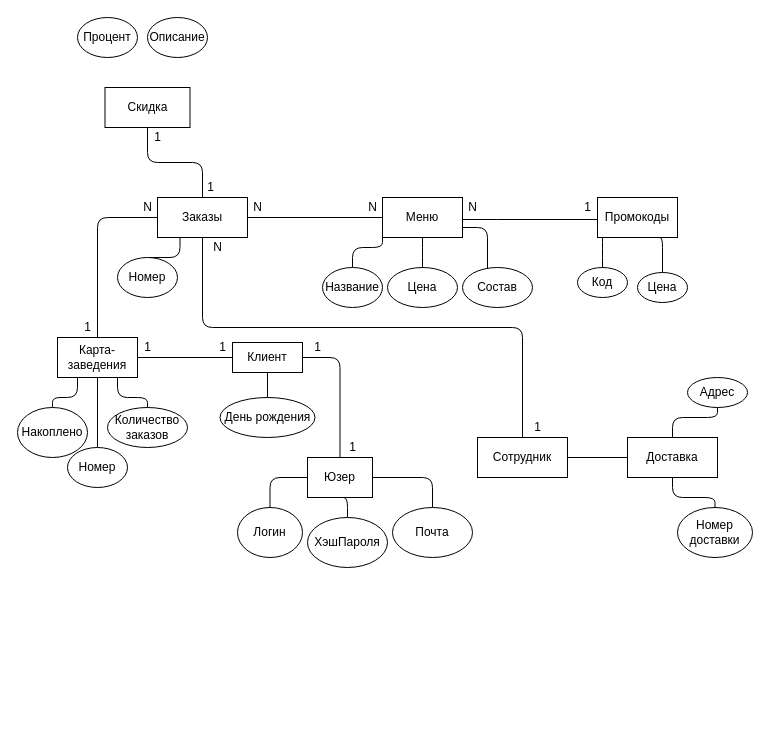
The draw.io diagram logical.drawio in the-shichko/drawio, before the edit. Source tidied: cells renumbered, new cells numbered last; positions are measured from the earlier drawing's top-left corner, leaving out a move shared by most shapes. Both pictures are drawn from the tidied source at 100%, with x=0, y=0 at pixel (17, 17).
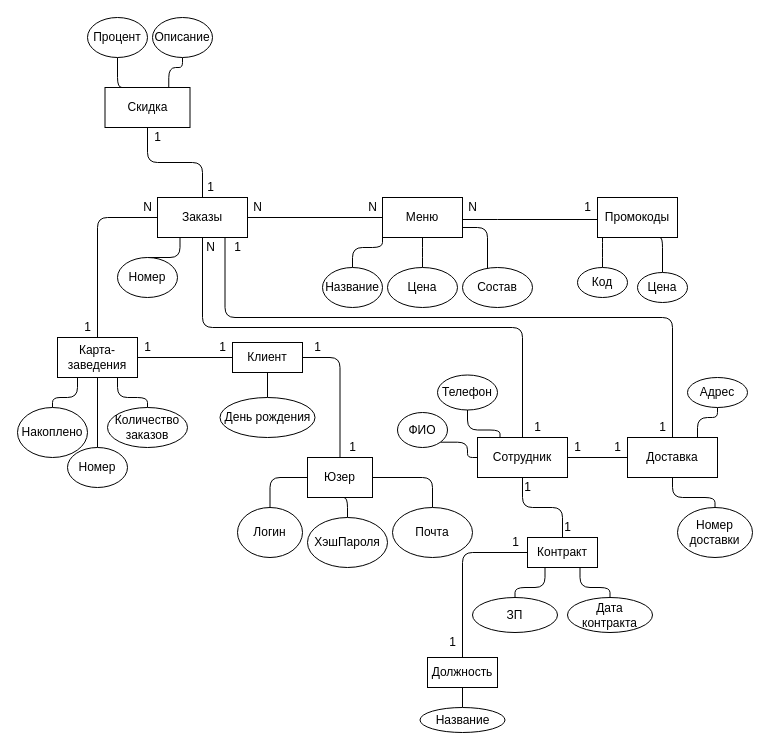
Above is the later version.

The change refers to these unchanged cells:
```xml
<mxCell id="7" value="Заказы" style="rounded=0;whiteSpace=wrap;html=1;" parent="1" vertex="1">
  <mxGeometry x="140" y="180" width="90" height="40" as="geometry" />
</mxCell>
<mxCell id="24" value="Сотрудник" style="rounded=0;whiteSpace=wrap;html=1;" parent="1" vertex="1">
  <mxGeometry x="460" y="420" width="90" height="40" as="geometry" />
</mxCell>
<mxCell id="54" value="Скидка" style="whiteSpace=wrap;html=1;rounded=0;" parent="1" vertex="1">
  <mxGeometry x="87.5" y="70" width="85" height="40" as="geometry" />
</mxCell>
<mxCell id="62" value="Доставка" style="rounded=0;whiteSpace=wrap;html=1;" parent="1" vertex="1">
  <mxGeometry x="610" y="420" width="90" height="40" as="geometry" />
</mxCell>
<mxCell id="63" value="Адрес" style="ellipse;whiteSpace=wrap;html=1;rounded=0;" parent="1" vertex="1">
  <mxGeometry x="670" y="360" width="60" height="30" as="geometry" />
</mxCell>
```

The edit, as a diff of the source:
```diff
@@
+    <mxCell id="65" style="edgeStyle=orthogonalEdgeStyle;rounded=1;jettySize=auto;html=1;exitX=0.75;exitY=1;exitDx=0;exitDy=0;endArrow=none;endFill=0;" parent="1" edge="1" source="7" target="62">
+      <mxGeometry relative="1" as="geometry">
+        <Array as="points">
+          <mxPoint x="208" y="300" />
+          <mxPoint x="655" y="300" />
+        </Array>
+      </mxGeometry>
+    </mxCell>
@@
+    <mxCell id="66" style="edgeStyle=orthogonalEdgeStyle;rounded=1;jettySize=auto;html=1;endArrow=none;endFill=0;" parent="1" edge="1" source="24" target="76">
+      <mxGeometry relative="1" as="geometry" />
+    </mxCell>
@@
     <mxCell id="25" value="N" style="text;html=1;align=center;verticalAlign=middle;" parent="1" vertex="1">
-      <mxGeometry x="190" y="220" width="20" height="20" as="geometry" />
+      <mxGeometry x="182.5" y="220" width="20" height="20" as="geometry" />
     </mxCell>
@@
+    <mxCell id="67" style="edgeStyle=orthogonalEdgeStyle;rounded=1;jettySize=auto;html=1;exitX=0.75;exitY=0;exitDx=0;exitDy=0;endArrow=none;endFill=0;" parent="1" edge="1" source="54" target="58">
+      <mxGeometry relative="1" as="geometry" />
+    </mxCell>
+    <mxCell id="68" style="edgeStyle=orthogonalEdgeStyle;rounded=1;jettySize=auto;html=1;exitX=0.25;exitY=0;exitDx=0;exitDy=0;entryX=0.5;entryY=1;entryDx=0;entryDy=0;endArrow=none;endFill=0;" parent="1" edge="1" source="54" target="57">
+      <mxGeometry relative="1" as="geometry" />
+    </mxCell>
@@
     <mxCell id="57" value="Процент" style="ellipse;whiteSpace=wrap;html=1;" parent="1" vertex="1">
-      <mxGeometry x="60" width="60" height="40" as="geometry" />
+      <mxGeometry x="70" width="60" height="40" as="geometry" />
     </mxCell>
     <mxCell id="58" value="Описание" style="ellipse;whiteSpace=wrap;html=1;" parent="1" vertex="1">
-      <mxGeometry x="130" width="60" height="40" as="geometry" />
+      <mxGeometry x="135" width="60" height="40" as="geometry" />
     </mxCell>
     <mxCell id="59" style="edgeStyle=orthogonalEdgeStyle;rounded=1;jettySize=auto;html=1;endArrow=none;endFill=0;" parent="1" edge="1" source="62" target="63">
-      <mxGeometry relative="1" as="geometry" />
+      <mxGeometry relative="1" as="geometry">
+        <Array as="points">
+          <mxPoint x="680" y="400" />
+          <mxPoint x="700" y="400" />
+        </Array>
+      </mxGeometry>
     </mxCell>
@@
+    <mxCell id="69" value="1" style="text;html=1;align=center;verticalAlign=middle;" parent="1" vertex="1">
+      <mxGeometry x="210" y="220" width="20" height="20" as="geometry" />
+    </mxCell>
+    <mxCell id="70" value="1" style="text;html=1;align=center;verticalAlign=middle;" parent="1" vertex="1">
+      <mxGeometry x="635" y="400" width="20" height="20" as="geometry" />
+    </mxCell>
+    <mxCell id="71" value="1" style="text;html=1;align=center;verticalAlign=middle;" parent="1" vertex="1">
+      <mxGeometry x="590" y="420" width="20" height="20" as="geometry" />
+    </mxCell>
+    <mxCell id="72" value="1" style="text;html=1;align=center;verticalAlign=middle;" parent="1" vertex="1">
+      <mxGeometry x="550" y="420" width="20" height="20" as="geometry" />
+    </mxCell>
+    <mxCell id="73" style="edgeStyle=orthogonalEdgeStyle;rounded=1;jettySize=auto;html=1;endArrow=none;endFill=0;exitX=0.75;exitY=1;exitDx=0;exitDy=0;" parent="1" edge="1" source="76" target="83">
+      <mxGeometry relative="1" as="geometry" />
+    </mxCell>
+    <mxCell id="74" style="edgeStyle=orthogonalEdgeStyle;rounded=1;jettySize=auto;html=1;exitX=0.25;exitY=1;exitDx=0;exitDy=0;endArrow=none;endFill=0;entryX=0.5;entryY=0;entryDx=0;entryDy=0;" parent="1" edge="1" source="76" target="84">
+      <mxGeometry relative="1" as="geometry" />
+    </mxCell>
+    <mxCell id="75" style="edgeStyle=orthogonalEdgeStyle;rounded=1;jettySize=auto;html=1;endArrow=none;endFill=0;" parent="1" edge="1" source="76" target="86">
+      <mxGeometry relative="1" as="geometry" />
+    </mxCell>
+    <mxCell id="76" value="Контракт" style="whiteSpace=wrap;html=1;rounded=0;" parent="1" vertex="1">
+      <mxGeometry x="510" y="520" width="70" height="30" as="geometry" />
+    </mxCell>
+    <mxCell id="77" style="edgeStyle=orthogonalEdgeStyle;rounded=1;jettySize=auto;html=1;exitX=1;exitY=1;exitDx=0;exitDy=0;entryX=0;entryY=0.5;entryDx=0;entryDy=0;endArrow=none;endFill=0;" parent="1" edge="1" source="78" target="24">
+      <mxGeometry relative="1" as="geometry" />
+    </mxCell>
+    <mxCell id="78" value="ФИО" style="ellipse;whiteSpace=wrap;html=1;rounded=0;" parent="1" vertex="1">
+      <mxGeometry x="380" y="395" width="50" height="35" as="geometry" />
+    </mxCell>
+    <mxCell id="79" style="edgeStyle=orthogonalEdgeStyle;rounded=1;jettySize=auto;html=1;exitX=0.5;exitY=1;exitDx=0;exitDy=0;entryX=0.25;entryY=0;entryDx=0;entryDy=0;endArrow=none;endFill=0;" parent="1" edge="1" source="80" target="24">
+      <mxGeometry relative="1" as="geometry" />
+    </mxCell>
+    <mxCell id="80" value="Телефон" style="ellipse;whiteSpace=wrap;html=1;rounded=0;" parent="1" vertex="1">
+      <mxGeometry x="420" y="357.5" width="60" height="35" as="geometry" />
+    </mxCell>
+    <mxCell id="81" value="1" style="text;html=1;align=center;verticalAlign=middle;" parent="1" vertex="1">
+      <mxGeometry x="500" y="460" width="20" height="20" as="geometry" />
+    </mxCell>
+    <mxCell id="82" value="1" style="text;html=1;align=center;verticalAlign=middle;" parent="1" vertex="1">
+      <mxGeometry x="540" y="500" width="20" height="20" as="geometry" />
+    </mxCell>
+    <mxCell id="83" value="Дата контракта" style="ellipse;whiteSpace=wrap;html=1;rounded=0;" parent="1" vertex="1">
+      <mxGeometry x="550" y="580" width="85" height="35" as="geometry" />
+    </mxCell>
+    <mxCell id="84" value="ЗП" style="ellipse;whiteSpace=wrap;html=1;rounded=0;" parent="1" vertex="1">
+      <mxGeometry x="455" y="580" width="85" height="35" as="geometry" />
+    </mxCell>
+    <mxCell id="85" style="edgeStyle=orthogonalEdgeStyle;rounded=1;jettySize=auto;html=1;endArrow=none;endFill=0;" parent="1" edge="1" source="86" target="87">
+      <mxGeometry relative="1" as="geometry" />
+    </mxCell>
+    <mxCell id="86" value="Должность" style="whiteSpace=wrap;html=1;rounded=0;" parent="1" vertex="1">
+      <mxGeometry x="410" y="640" width="70" height="30" as="geometry" />
+    </mxCell>
+    <mxCell id="87" value="Название" style="ellipse;whiteSpace=wrap;html=1;rounded=0;" parent="1" vertex="1">
+      <mxGeometry x="402.5" y="690" width="85" height="25" as="geometry" />
+    </mxCell>
+    <mxCell id="88" value="1" style="text;html=1;align=center;verticalAlign=middle;" parent="1" vertex="1">
+      <mxGeometry x="425" y="615" width="20" height="20" as="geometry" />
+    </mxCell>
+    <mxCell id="89" value="1" style="text;html=1;align=center;verticalAlign=middle;" parent="1" vertex="1">
+      <mxGeometry x="487.5" y="515" width="20" height="20" as="geometry" />
+    </mxCell>
```
